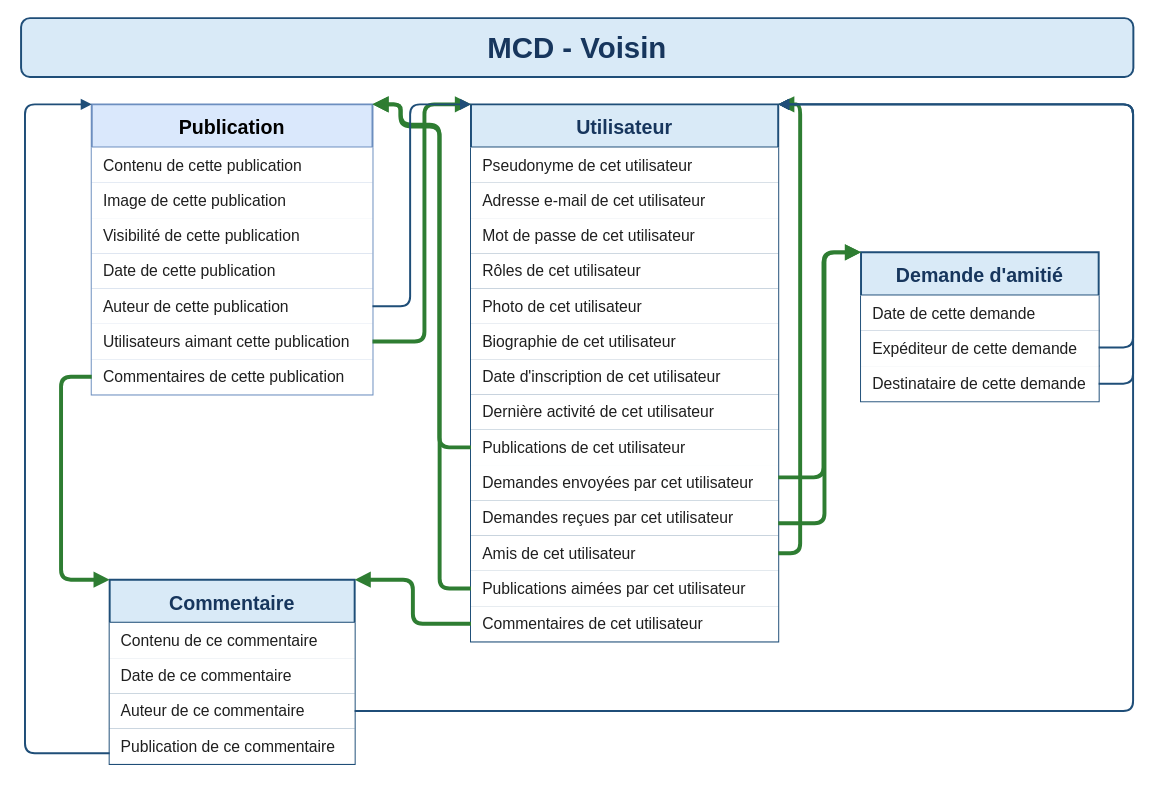
The draw.io diagram documents/conceptualisation/Modèles de données/MCD.drawio in anthonylepichon/voisin, before the edit. Source tidied: cells renumbered, new cells numbered last; positions are measured from the earlier drawing's top-left corner, leaving out a move shared by most shapes. Both pictures are drawn from the tidied source at 98%, with x=0, y=0 at pixel (21, 18).
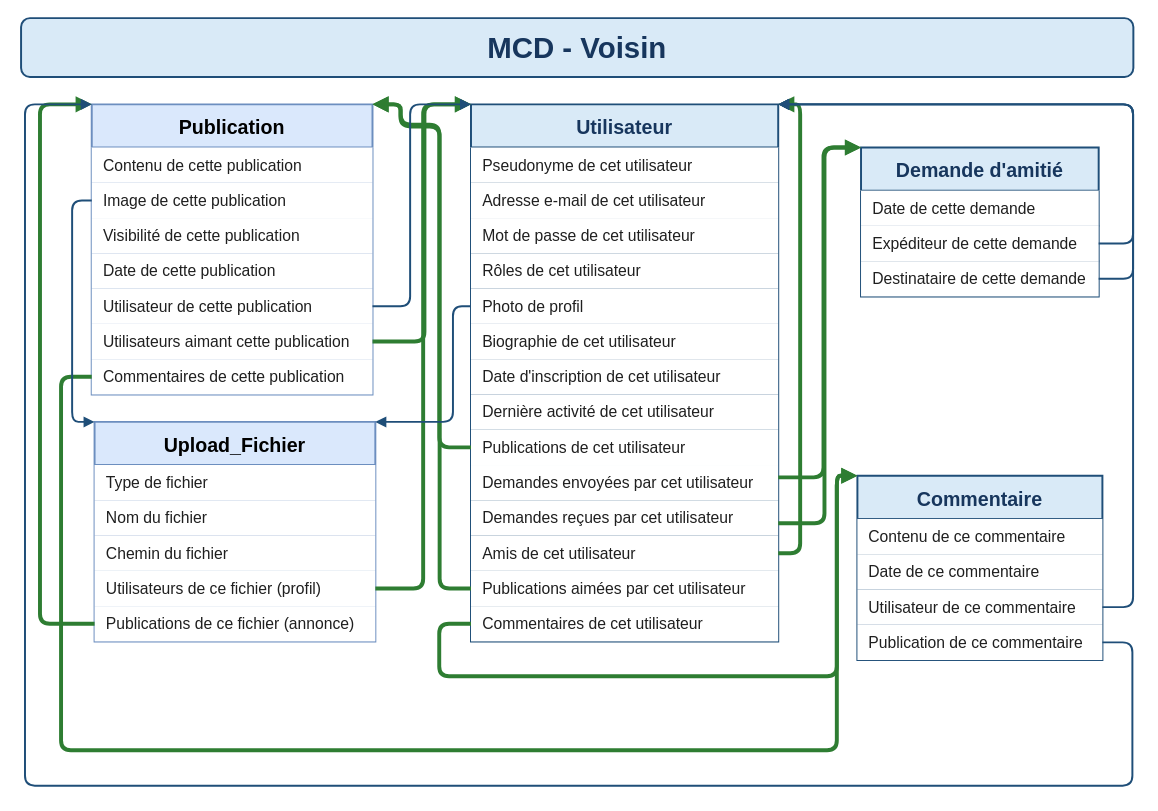
Above is the later version.

Unchanged cells that the change refers to:
```xml
<mxCell id="3" value="Utilisateur" style="shape=table;startSize=44;childLayout=tableLayout;strokeColor=#1F4E78;strokeWidth=2;fillColor=#D9EAF7;fontColor=#17365D;fontSize=20;rowLines=1;align=center;fontStyle=1;rounded=0;" parent="1" vertex="1">
  <mxGeometry x="459.1" y="88" width="313.5" height="548" as="geometry" />
</mxCell>
<mxCell id="12" style="shape=tableRow;horizontal=0;startSize=0;swimlaneHead=0;swimlaneBody=0;strokeColor=#9FBAD0;top=0;left=0;bottom=0;right=0;fillColor=#FFFFFF;points=[[0,0.5],[1,0.5]];portConstraint=eastwest;" parent="3" vertex="1">
  <mxGeometry y="188" width="313.5" height="36" as="geometry" />
</mxCell>
<mxCell id="22" style="shape=tableRow;horizontal=0;startSize=0;swimlaneHead=0;swimlaneBody=0;strokeColor=#9FBAD0;top=0;left=0;bottom=0;right=0;fillColor=#FFFFFF;points=[[0,0.5],[1,0.5]];portConstraint=eastwest;" parent="3" vertex="1">
  <mxGeometry y="368" width="313.5" height="36" as="geometry" />
</mxCell>
<mxCell id="24" style="shape=tableRow;horizontal=0;startSize=0;swimlaneHead=0;swimlaneBody=0;strokeColor=#9FBAD0;top=0;left=0;bottom=0;right=0;fillColor=#FFFFFF;points=[[0,0.5],[1,0.5]];portConstraint=eastwest;" parent="3" vertex="1">
  <mxGeometry y="404" width="313.5" height="36" as="geometry" />
</mxCell>
<mxCell id="30" style="shape=tableRow;horizontal=0;startSize=0;swimlaneHead=0;swimlaneBody=0;strokeColor=#9FBAD0;top=0;left=0;bottom=0;right=0;fillColor=#FFFFFF;points=[[0,0.5],[1,0.5]];portConstraint=eastwest;" parent="3" vertex="1">
  <mxGeometry y="512" width="313.5" height="36" as="geometry" />
</mxCell>
<mxCell id="33" value="Publication" style="shape=table;startSize=44;childLayout=tableLayout;strokeColor=#6c8ebf;strokeWidth=2;fillColor=#dae8fc;fontSize=20;rowLines=1;align=center;fontStyle=1;rounded=0;" parent="1" vertex="1">
  <mxGeometry x="72.1" y="88" width="286.5" height="296" as="geometry" />
</mxCell>
<mxCell id="36" style="shape=tableRow;horizontal=0;startSize=0;swimlaneHead=0;swimlaneBody=0;strokeColor=#9FBAD0;top=0;left=0;bottom=0;right=0;fillColor=#FFFFFF;points=[[0,0.5],[1,0.5]];portConstraint=eastwest;" parent="33" vertex="1">
  <mxGeometry y="80" width="286.5" height="36" as="geometry" />
</mxCell>
<mxCell id="42" style="shape=tableRow;horizontal=0;startSize=0;swimlaneHead=0;swimlaneBody=0;strokeColor=#9FBAD0;top=0;left=0;bottom=0;right=0;fillColor=#FFFFFF;points=[[0,0.5],[1,0.5]];portConstraint=eastwest;" parent="33" vertex="1">
  <mxGeometry y="188" width="286.5" height="36" as="geometry" />
</mxCell>
<mxCell id="44" style="shape=tableRow;horizontal=0;startSize=0;swimlaneHead=0;swimlaneBody=0;strokeColor=#9FBAD0;top=0;left=0;bottom=0;right=0;fillColor=#FFFFFF;points=[[0,0.5],[1,0.5]];portConstraint=eastwest;" parent="33" vertex="1">
  <mxGeometry y="224" width="286.5" height="36" as="geometry" />
</mxCell>
<mxCell id="46" style="shape=tableRow;horizontal=0;startSize=0;swimlaneHead=0;swimlaneBody=0;strokeColor=#9FBAD0;top=0;left=0;bottom=0;right=0;fillColor=#FFFFFF;points=[[0,0.5],[1,0.5]];portConstraint=eastwest;" parent="33" vertex="1">
  <mxGeometry y="260" width="286.5" height="36" as="geometry" />
</mxCell>
<mxCell id="51" style="shape=tableRow;horizontal=0;startSize=0;swimlaneHead=0;swimlaneBody=0;strokeColor=#9FBAD0;top=0;left=0;bottom=0;right=0;fillColor=#FFFFFF;points=[[0,0.5],[1,0.5]];portConstraint=eastwest;" parent="48" vertex="1">
  <mxGeometry y="80" width="242.5" height="36" as="geometry" />
</mxCell>
<mxCell id="53" style="shape=tableRow;horizontal=0;startSize=0;swimlaneHead=0;swimlaneBody=0;strokeColor=#9FBAD0;top=0;left=0;bottom=0;right=0;fillColor=#FFFFFF;points=[[0,0.5],[1,0.5]];portConstraint=eastwest;" parent="48" vertex="1">
  <mxGeometry y="116" width="242.5" height="36" as="geometry" />
</mxCell>
<mxCell id="60" style="shape=tableRow;horizontal=0;startSize=0;swimlaneHead=0;swimlaneBody=0;strokeColor=#9FBAD0;top=0;left=0;bottom=0;right=0;fillColor=#FFFFFF;points=[[0,0.5],[1,0.5]];portConstraint=eastwest;" parent="55" vertex="1">
  <mxGeometry y="116" width="250" height="36" as="geometry" />
</mxCell>
<mxCell id="62" style="shape=tableRow;horizontal=0;startSize=0;swimlaneHead=0;swimlaneBody=0;strokeColor=#9FBAD0;top=0;left=0;bottom=0;right=0;fillColor=#FFFFFF;points=[[0,0.5],[1,0.5]];portConstraint=eastwest;" parent="55" vertex="1">
  <mxGeometry y="152" width="250" height="36" as="geometry" />
</mxCell>
```

What changed in the source:
```diff
@@
-    <mxCell id="13" value="Photo de cet utilisateur" style="shape=partialRectangle;html=1;whiteSpace=wrap;strokeColor=none;fillColor=none;top=0;left=0;bottom=0;right=0;fontSize=16;fontColor=#1F1F1F;align=left;verticalAlign=middle;spacingLeft=10;" parent="12" vertex="1">
+    <mxCell id="13" value="Photo de profil" style="shape=partialRectangle;html=1;whiteSpace=wrap;strokeColor=none;fillColor=none;top=0;left=0;bottom=0;right=0;fontSize=16;fontColor=#1F1F1F;align=left;verticalAlign=middle;spacingLeft=10;" parent="12" vertex="1">
       <mxGeometry width="314" height="36" as="geometry" />
     </mxCell>
@@
-    <mxCell id="43" value="Auteur de cette publication" style="shape=partialRectangle;html=1;whiteSpace=wrap;strokeColor=none;fillColor=none;top=0;left=0;bottom=0;right=0;fontSize=16;fontColor=#1F1F1F;align=left;verticalAlign=middle;spacingLeft=10;" parent="42" vertex="1">
+    <mxCell id="43" value="Utilisateur de cette publication" style="shape=partialRectangle;html=1;whiteSpace=wrap;strokeColor=none;fillColor=none;top=0;left=0;bottom=0;right=0;fontSize=16;fontColor=#1F1F1F;align=left;verticalAlign=middle;spacingLeft=10;" parent="42" vertex="1">
       <mxGeometry width="287" height="36" as="geometry" />
     </mxCell>
@@
     <mxCell id="48" value="Demande d'amitié" style="shape=table;startSize=44;childLayout=tableLayout;strokeColor=#1F4E78;strokeWidth=2;fillColor=#D9EAF7;fontColor=#17365D;fontSize=20;rowLines=1;align=center;fontStyle=1;rounded=0;" parent="1" vertex="1">
-      <mxGeometry x="857.1" y="239" width="242.5" height="152" as="geometry" />
+      <mxGeometry x="857.1" y="132" width="242.5" height="152" as="geometry" />
     </mxCell>
@@
     <mxCell id="55" value="Commentaire" style="shape=table;startSize=44;childLayout=tableLayout;strokeColor=#1F4E78;strokeWidth=2;fillColor=#D9EAF7;fontColor=#17365D;fontSize=20;rowLines=1;align=center;fontStyle=1;rounded=0;" parent="1" vertex="1">
-      <mxGeometry x="90.4" y="573" width="250" height="188" as="geometry" />
+      <mxGeometry x="853.4" y="467" width="250" height="188" as="geometry" />
     </mxCell>
@@
-    <mxCell id="61" value="Auteur de ce commentaire" style="shape=partialRectangle;html=1;whiteSpace=wrap;strokeColor=none;fillColor=none;top=0;left=0;bottom=0;right=0;fontSize=16;fontColor=#1F1F1F;align=left;verticalAlign=middle;spacingLeft=10;" parent="60" vertex="1">
+    <mxCell id="61" value="Utilisateur de ce commentaire" style="shape=partialRectangle;html=1;whiteSpace=wrap;strokeColor=none;fillColor=none;top=0;left=0;bottom=0;right=0;fontSize=16;fontColor=#1F1F1F;align=left;verticalAlign=middle;spacingLeft=10;" parent="60" vertex="1">
       <mxGeometry width="250" height="36" as="geometry" />
     </mxCell>
@@
     <mxCell id="65" style="edgeStyle=orthogonalEdgeStyle;rounded=1;jettySize=20;html=1;endArrow=block;endFill=1;strokeColor=#2E7D32;strokeWidth=4;exitX=1;exitY=0.35;entryX=0;entryY=0;entryDx=0;entryDy=0;" parent="1" edge="1" source="22" target="48">
       <mxGeometry relative="1" as="geometry">
         <Array as="points">
           <mxPoint x="818.8" y="468.6" />
-          <mxPoint x="818.8" y="239" />
+          <mxPoint x="818.8" y="132" />
         </Array>
       </mxGeometry>
     </mxCell>
     <mxCell id="66" style="edgeStyle=orthogonalEdgeStyle;rounded=1;jettySize=20;html=1;endArrow=block;endFill=1;strokeColor=#2E7D32;strokeWidth=4;exitX=1;exitY=0.65;entryX=0;entryY=0;entryDx=0;entryDy=0;" parent="1" edge="1" source="24" target="48">
       <mxGeometry relative="1" as="geometry">
         <Array as="points">
           <mxPoint x="819.8" y="515.4" />
-          <mxPoint x="819.8" y="239" />
+          <mxPoint x="819.8" y="132" />
         </Array>
       </mxGeometry>
     </mxCell>
-    <mxCell id="67" style="edgeStyle=orthogonalEdgeStyle;rounded=1;jettySize=20;html=1;endArrow=block;endFill=1;strokeColor=#1F4E78;strokeWidth=2;exitX=1;exitY=0.5;entryX=1;entryY=0;entryDx=0;entryDy=0;exitDx=0;exitDy=0;" parent="1" edge="1" target="3">
+    <mxCell id="67" style="edgeStyle=orthogonalEdgeStyle;rounded=1;jettySize=20;html=1;endArrow=block;endFill=1;strokeColor=#1F4E78;strokeWidth=2;exitX=1;exitY=0.5;entryX=1;entryY=0;entryDx=0;entryDy=0;exitDx=0;exitDy=0;" parent="1" edge="1" source="53" target="3">
       <mxGeometry relative="1" as="geometry">
-        <mxPoint x="1099.6" y="336" as="sourcePoint" />
         <Array as="points">
-          <mxPoint x="1134.7" y="336" />
+          <mxPoint x="1134.7" y="266" />
           <mxPoint x="1134.7" y="88" />
         </Array>
       </mxGeometry>
     </mxCell>
-    <mxCell id="68" style="edgeStyle=orthogonalEdgeStyle;rounded=1;jettySize=20;html=1;endArrow=block;endFill=1;strokeColor=#1F4E78;strokeWidth=2;exitX=1;exitY=0.5;exitDx=0;exitDy=0;entryX=1;entryY=0;entryDx=0;entryDy=0;" parent="1" edge="1" source="53" target="3">
+    <mxCell id="68" style="edgeStyle=orthogonalEdgeStyle;rounded=1;jettySize=20;html=1;endArrow=block;endFill=1;strokeColor=#1F4E78;strokeWidth=2;exitX=1;exitY=0.5;exitDx=0;exitDy=0;entryX=1;entryY=0;entryDx=0;entryDy=0;" parent="1" edge="1" source="51" target="3">
       <mxGeometry relative="1" as="geometry">
         <Array as="points">
-          <mxPoint x="1134.7" y="373" />
+          <mxPoint x="1134.7" y="230" />
           <mxPoint x="1134.7" y="88" />
         </Array>
       </mxGeometry>
     </mxCell>
@@
-    <mxCell id="70" style="edgeStyle=orthogonalEdgeStyle;rounded=1;jettySize=20;html=1;endArrow=block;endFill=1;strokeColor=#2E7D32;strokeWidth=4;exitX=0;exitY=0.5;entryX=1;entryY=0;exitDx=0;exitDy=0;entryDx=0;entryDy=0;" parent="1" edge="1" source="30" target="55">
+    <mxCell id="70" style="edgeStyle=orthogonalEdgeStyle;rounded=1;jettySize=20;html=1;endArrow=block;endFill=1;strokeColor=#2E7D32;strokeWidth=4;exitX=0;exitY=0.5;entryX=0;entryY=0;exitDx=0;exitDy=0;entryDx=0;entryDy=0;" parent="1" edge="1" source="30" target="55">
       <mxGeometry relative="1" as="geometry">
         <Array as="points">
-          <mxPoint x="399.8" y="618" />
-          <mxPoint x="399.8" y="573" />
+          <mxPoint x="426.7" y="618" />
+          <mxPoint x="426.7" y="671.6" />
+          <mxPoint x="832.4" y="671.6" />
+          <mxPoint x="832.4" y="467" />
         </Array>
       </mxGeometry>
     </mxCell>
     <mxCell id="71" style="edgeStyle=orthogonalEdgeStyle;rounded=1;jettySize=20;html=1;endArrow=block;endFill=1;strokeColor=#1F4E78;strokeWidth=2;exitX=1;exitY=0.5;entryX=1;entryY=0;entryDx=0;entryDy=0;" parent="1" edge="1" source="60" target="3">
       <mxGeometry relative="1" as="geometry">
         <Array as="points">
-          <mxPoint x="1134.7" y="707" />
+          <mxPoint x="1134.7" y="601" />
           <mxPoint x="1134.7" y="88" />
         </Array>
       </mxGeometry>
     </mxCell>
     <mxCell id="72" style="edgeStyle=orthogonalEdgeStyle;rounded=1;jettySize=20;html=1;endArrow=block;endFill=1;strokeColor=#2E7D32;strokeWidth=4;exitX=0;exitY=0.5;entryX=0;entryY=0;entryDx=0;entryDy=0;exitDx=0;exitDy=0;" parent="1" edge="1" source="46" target="55">
       <mxGeometry relative="1" as="geometry">
         <Array as="points">
           <mxPoint x="40.8" y="366" />
-          <mxPoint x="40.8" y="573" />
+          <mxPoint x="40.8" y="747" />
+          <mxPoint x="832.4" y="747" />
+          <mxPoint x="832.4" y="467" />
         </Array>
       </mxGeometry>
     </mxCell>
+    <mxCell id="74" style="edgeStyle=orthogonalEdgeStyle;shape=connector;rounded=1;jettySize=auto;html=1;exitX=1;exitY=0.5;exitDx=0;exitDy=0;strokeColor=#2E7D32;strokeWidth=4;align=center;verticalAlign=middle;fontFamily=Helvetica;fontSize=11;fontColor=default;labelBackgroundColor=default;endArrow=block;endFill=1;entryX=0;entryY=0;entryDx=0;entryDy=0;" parent="1" edge="1" source="44" target="3">
+      <mxGeometry relative="1" as="geometry">
+        <Array as="points">
+          <mxPoint x="411.6" y="330.1" />
+          <mxPoint x="411.6" y="87.9" />
+        </Array>
+      </mxGeometry>
+    </mxCell>
+    <mxCell id="76" value="Upload_Fichier" style="shape=table;startSize=44;childLayout=tableLayout;strokeColor=#6c8ebf;strokeWidth=2;fillColor=#dae8fc;fontSize=20;rowLines=1;align=center;fontStyle=1;rounded=0;" parent="1" vertex="1">
+      <mxGeometry x="75" y="412" width="286.5" height="224" as="geometry" />
+    </mxCell>
+    <mxCell id="77" style="shape=tableRow;horizontal=0;startSize=0;swimlaneHead=0;swimlaneBody=0;strokeColor=#9FBAD0;top=0;left=0;bottom=0;right=0;fillColor=#FFFFFF;" parent="76" vertex="1">
+      <mxGeometry y="44" width="286.5" height="36" as="geometry" />
+    </mxCell>
+    <mxCell id="78" value="Type de fichier" style="shape=partialRectangle;html=1;whiteSpace=wrap;strokeColor=none;fillColor=none;top=0;left=0;bottom=0;right=0;fontSize=16;fontColor=#1F1F1F;align=left;verticalAlign=middle;spacingLeft=10;" parent="77" vertex="1">
+      <mxGeometry width="287" height="36" as="geometry" />
+    </mxCell>
+    <mxCell id="79" style="shape=tableRow;horizontal=0;startSize=0;swimlaneHead=0;swimlaneBody=0;strokeColor=#9FBAD0;top=0;left=0;bottom=0;right=0;fillColor=#FFFFFF;" parent="76" vertex="1">
+      <mxGeometry y="80" width="286.5" height="36" as="geometry" />
+    </mxCell>
+    <mxCell id="80" value="Nom du fichier" style="shape=partialRectangle;html=1;whiteSpace=wrap;strokeColor=none;fillColor=none;top=0;left=0;bottom=0;right=0;fontSize=16;fontColor=#1F1F1F;align=left;verticalAlign=middle;spacingLeft=10;" parent="79" vertex="1">
+      <mxGeometry width="287" height="36" as="geometry" />
+    </mxCell>
+    <mxCell id="81" style="shape=tableRow;horizontal=0;startSize=0;swimlaneHead=0;swimlaneBody=0;strokeColor=#9FBAD0;top=0;left=0;bottom=0;right=0;fillColor=#FFFFFF;" parent="76" vertex="1">
+      <mxGeometry y="116" width="286.5" height="36" as="geometry" />
+    </mxCell>
+    <mxCell id="82" value="Chemin du fichier" style="shape=partialRectangle;html=1;whiteSpace=wrap;strokeColor=none;fillColor=none;top=0;left=0;bottom=0;right=0;fontSize=16;fontColor=#1F1F1F;align=left;verticalAlign=middle;spacingLeft=10;" parent="81" vertex="1">
+      <mxGeometry width="287" height="36" as="geometry" />
+    </mxCell>
+    <mxCell id="83" style="shape=tableRow;horizontal=0;startSize=0;swimlaneHead=0;swimlaneBody=0;strokeColor=#9FBAD0;top=0;left=0;bottom=0;right=0;fillColor=#FFFFFF;points=[[0,0.5],[1,0.5]];portConstraint=eastwest;" parent="76" vertex="1">
+      <mxGeometry y="152" width="286.5" height="36" as="geometry" />
+    </mxCell>
+    <mxCell id="84" value="Utilisateurs de ce fichier (profil)" style="shape=partialRectangle;html=1;whiteSpace=wrap;strokeColor=none;fillColor=none;top=0;left=0;bottom=0;right=0;fontSize=16;fontColor=#1F1F1F;align=left;verticalAlign=middle;spacingLeft=10;" parent="83" vertex="1">
+      <mxGeometry width="287" height="36" as="geometry" />
+    </mxCell>
+    <mxCell id="85" style="shape=tableRow;horizontal=0;startSize=0;swimlaneHead=0;swimlaneBody=0;strokeColor=#9FBAD0;top=0;left=0;bottom=0;right=0;fillColor=#FFFFFF;points=[[0,0.5],[1,0.5]];portConstraint=eastwest;" parent="76" vertex="1">
+      <mxGeometry y="188" width="286.5" height="36" as="geometry" />
+    </mxCell>
+    <mxCell id="86" value="Publications de ce fichier (annonce)" style="shape=partialRectangle;html=1;whiteSpace=wrap;strokeColor=none;fillColor=none;top=0;left=0;bottom=0;right=0;fontSize=16;fontColor=#1F1F1F;align=left;verticalAlign=middle;spacingLeft=10;" parent="85" vertex="1">
+      <mxGeometry width="287" height="36" as="geometry" />
+    </mxCell>
+    <mxCell id="87" style="edgeStyle=orthogonalEdgeStyle;shape=connector;rounded=1;jettySize=auto;html=1;exitX=1;exitY=0.5;exitDx=0;exitDy=0;entryX=0;entryY=0;entryDx=0;entryDy=0;strokeColor=#2E7D32;strokeWidth=4;align=center;verticalAlign=middle;fontFamily=Helvetica;fontSize=11;fontColor=default;labelBackgroundColor=default;endArrow=block;endFill=1;" parent="1" edge="1" source="83" target="3">
+      <mxGeometry relative="1" as="geometry">
+        <Array as="points">
+          <mxPoint x="410.3" y="582" />
+          <mxPoint x="410.3" y="88" />
+        </Array>
+      </mxGeometry>
+    </mxCell>
+    <mxCell id="75" style="edgeStyle=orthogonalEdgeStyle;rounded=1;jettySize=20;html=1;endArrow=block;endFill=1;strokeColor=#1F4E78;strokeWidth=2;exitX=1;exitY=0.5;entryX=0;entryY=0;entryDx=0;entryDy=0;" parent="1" edge="1" source="42" target="3">
+      <mxGeometry relative="1" as="geometry">
+        <Array as="points">
+          <mxPoint x="397" y="294" />
+          <mxPoint x="397" y="88" />
+        </Array>
+      </mxGeometry>
+    </mxCell>
+    <mxCell id="88" style="edgeStyle=orthogonalEdgeStyle;shape=connector;rounded=1;jettySize=auto;html=1;exitX=0;exitY=0.5;exitDx=0;exitDy=0;entryX=0;entryY=0;entryDx=0;entryDy=0;strokeColor=#2E7D32;strokeWidth=4;align=center;verticalAlign=middle;fontFamily=Helvetica;fontSize=11;fontColor=default;labelBackgroundColor=default;endArrow=block;endFill=1;" parent="1" edge="1" source="85" target="33">
+      <mxGeometry relative="1" as="geometry">
+        <Array as="points">
+          <mxPoint x="19.3" y="618" />
+          <mxPoint x="19.3" y="88" />
+        </Array>
+      </mxGeometry>
+    </mxCell>
-    <mxCell id="73" style="edgeStyle=orthogonalEdgeStyle;rounded=1;jettySize=20;html=1;endArrow=block;endFill=1;strokeColor=#1F4E78;strokeWidth=2;exitX=0;exitY=0.70;entryX=0;entryY=0;entryDx=0;entryDy=0;" parent="1" edge="1" source="62" target="33">
+    <mxCell id="73" style="edgeStyle=orthogonalEdgeStyle;rounded=1;jettySize=20;html=1;endArrow=block;endFill=1;strokeColor=#1F4E78;strokeWidth=2;exitX=1;exitY=0.5;entryX=0;entryY=0;entryDx=0;entryDy=0;exitDx=0;exitDy=0;" parent="1" edge="1" source="62" target="33">
       <mxGeometry relative="1" as="geometry">
         <Array as="points">
-          <mxPoint x="4" y="750.2" />
+          <mxPoint x="1134" y="637" />
+          <mxPoint x="1134" y="783.2" />
+          <mxPoint x="4" y="783.2" />
           <mxPoint x="4" y="88" />
         </Array>
       </mxGeometry>
     </mxCell>
-    <mxCell id="74" style="edgeStyle=orthogonalEdgeStyle;shape=connector;rounded=1;jettySize=auto;html=1;exitX=1;exitY=0.5;exitDx=0;exitDy=0;strokeColor=#2E7D32;strokeWidth=4;align=center;verticalAlign=middle;fontFamily=Helvetica;fontSize=11;fontColor=default;labelBackgroundColor=default;endArrow=block;endFill=1;entryX=0;entryY=0;entryDx=0;entryDy=0;" parent="1" edge="1" source="44" target="3">
-      <mxGeometry relative="1" as="geometry">
-        <Array as="points">
-          <mxPoint x="411.6" y="330.1" />
-          <mxPoint x="411.6" y="87.9" />
-        </Array>
-      </mxGeometry>
-    </mxCell>
-    <mxCell id="75" style="edgeStyle=orthogonalEdgeStyle;rounded=1;jettySize=20;html=1;endArrow=block;endFill=1;strokeColor=#1F4E78;strokeWidth=2;exitX=1;exitY=0.5;entryX=0;entryY=0;entryDx=0;entryDy=0;" parent="1" edge="1" source="42" target="3">
-      <mxGeometry relative="1" as="geometry">
-        <Array as="points">
-          <mxPoint x="397" y="294" />
-          <mxPoint x="397" y="88" />
-        </Array>
-      </mxGeometry>
-    </mxCell>
+    <mxCell id="89" style="edgeStyle=orthogonalEdgeStyle;shape=connector;rounded=1;jettySize=auto;html=1;exitX=0;exitY=0.5;exitDx=0;exitDy=0;entryX=1;entryY=0;entryDx=0;entryDy=0;strokeColor=#1F4E78;strokeWidth=2;align=center;verticalAlign=middle;fontFamily=Helvetica;fontSize=11;fontColor=default;labelBackgroundColor=default;endArrow=block;endFill=1;" parent="1" edge="1" source="12" target="76">
+      <mxGeometry relative="1" as="geometry">
+        <Array as="points">
+          <mxPoint x="440.7" y="294" />
+          <mxPoint x="440.7" y="412" />
+        </Array>
+      </mxGeometry>
+    </mxCell>
+    <mxCell id="90" style="edgeStyle=orthogonalEdgeStyle;shape=connector;rounded=1;jettySize=auto;html=1;exitX=0;exitY=0.5;exitDx=0;exitDy=0;entryX=0;entryY=0;entryDx=0;entryDy=0;strokeColor=#1F4E78;strokeWidth=2;align=center;verticalAlign=middle;fontFamily=Helvetica;fontSize=11;fontColor=default;labelBackgroundColor=default;endArrow=block;endFill=1;" parent="1" edge="1" source="36" target="76">
+      <mxGeometry relative="1" as="geometry">
+        <Array as="points">
+          <mxPoint x="52.1" y="186" />
+          <mxPoint x="52.1" y="412" />
+        </Array>
+      </mxGeometry>
+    </mxCell>
```
